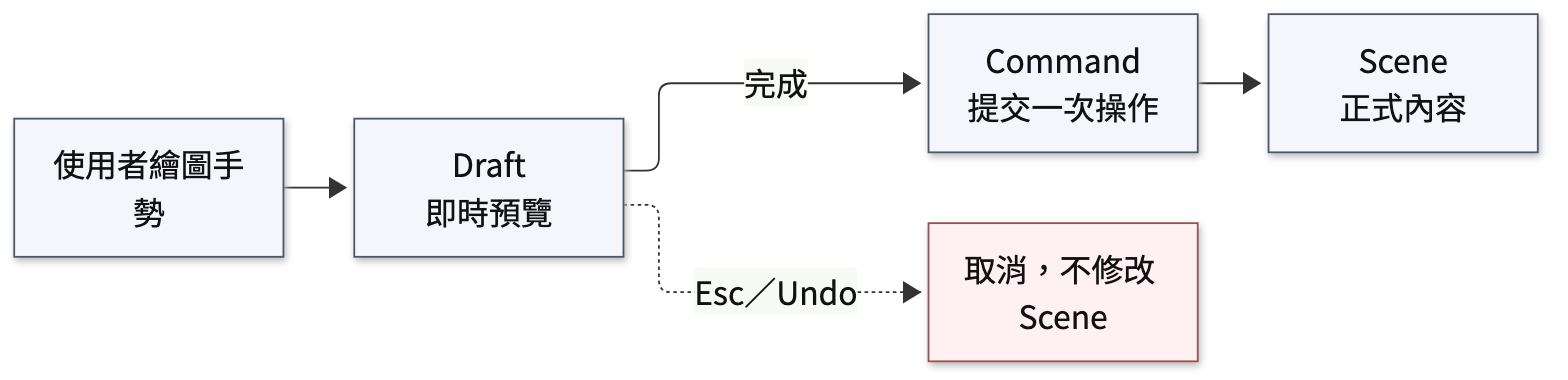
Before: docs/figures/ch04_drawing-lifecycle.png, a diagram exported from Mermaid (YuanOwO/CG-hw1-paint). Its source is kept beside it as docs/figures-src/ch04_drawing-lifecycle.mmd.
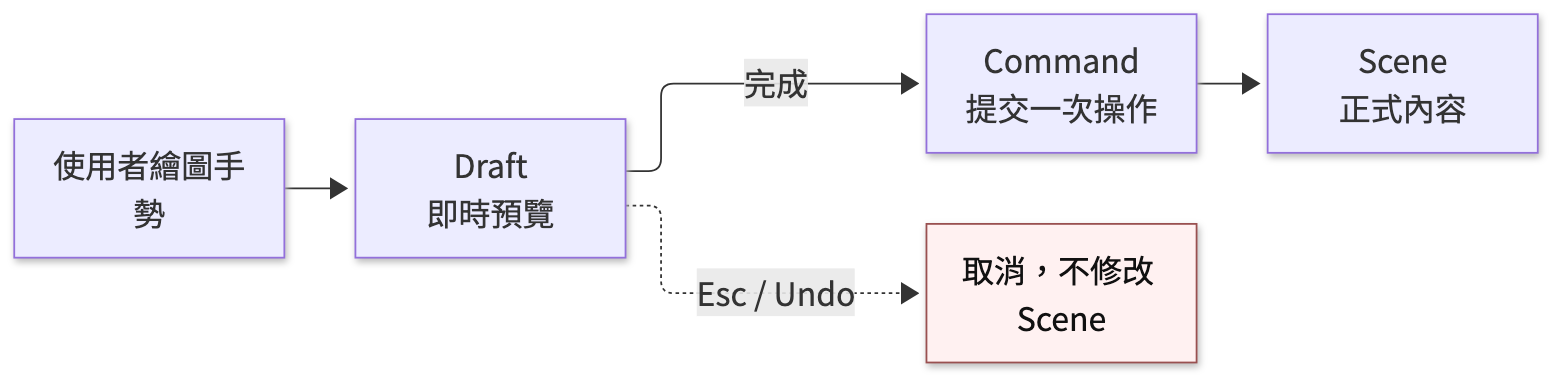
The same file after the commit.

The edit, as a diff of the source:
```diff
@@ -2,9 +2,8 @@
     gesture[使用者繪圖手勢] --> draft[Draft<br/>即時預覽]
     draft -->|完成| command[Command<br/>提交一次操作]
     command --> scene[Scene<br/>正式內容]
-    draft -. Esc／Undo .-> cancel[取消，不修改 Scene]
+    draft -. Esc / Undo .-> cancel[取消，不修改 Scene]
 
-    classDef step fill:#f4f6fb,stroke:#49566b,color:#111,stroke-width:1px;
+
     classDef cancel fill:#fff1f1,stroke:#995050,color:#111,stroke-width:1px;
-    class gesture,draft,command,scene step;
     class cancel cancel;
```
